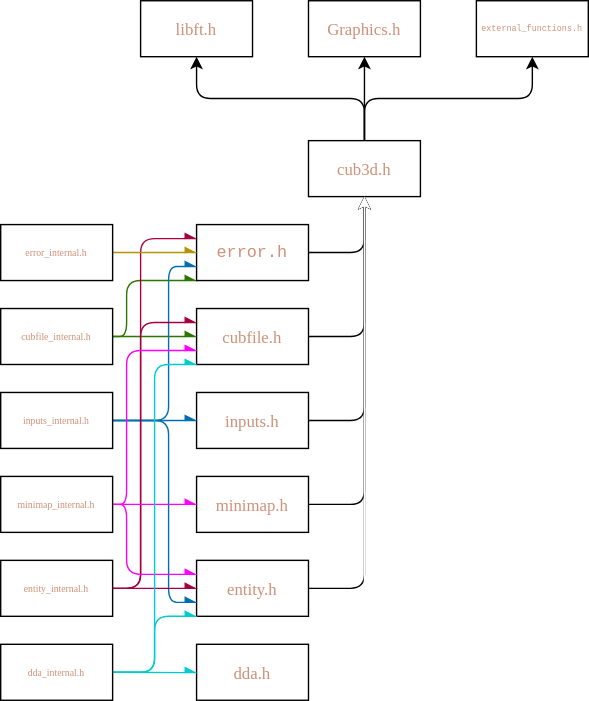
The draw.io diagram include_graph.drawio.svg in Thomas-Chqt/cub3d, before a commit. Source tidied: cells renumbered, new cells last; positions are measured from the earlier drawing's top-left corner, leaving out a move shared by most shapes.
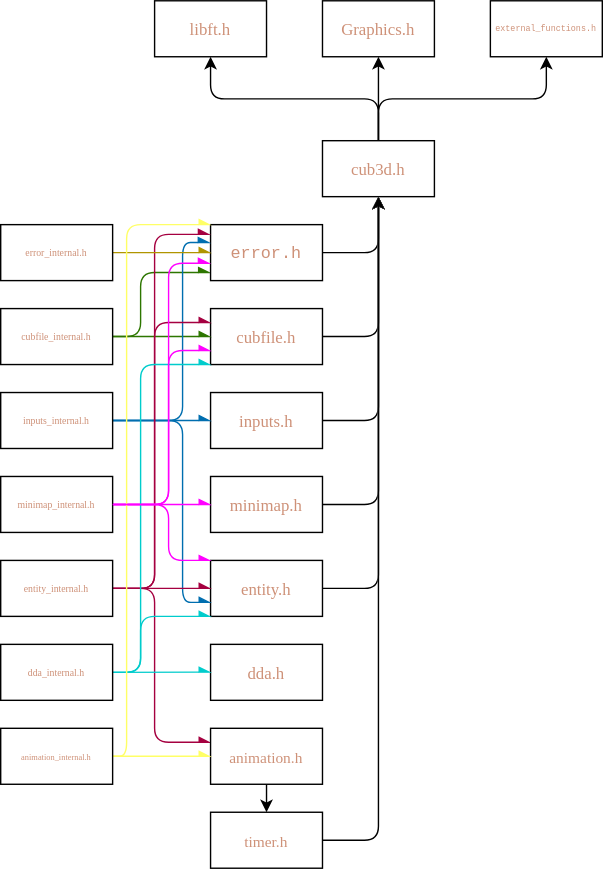
Later version of the same file.

The edit, as a diff of the source:
```diff
@@ -26,7 +26,7 @@
     <mxCell id="9" style="edgeStyle=elbowEdgeStyle;html=1;exitX=1;exitY=0.5;exitDx=0;exitDy=0;" parent="1" edge="1" source="10" target="5">
       <mxGeometry relative="1" as="geometry">
         <Array as="points">
-          <mxPoint x="260" y="250" />
+          <mxPoint x="260" y="190" />
         </Array>
       </mxGeometry>
     </mxCell>
@@ -36,7 +36,7 @@
     <mxCell id="11" style="html=1;exitX=1;exitY=0.5;exitDx=0;exitDy=0;entryX=0;entryY=0.5;entryDx=0;entryDy=0;edgeStyle=elbowEdgeStyle;fillColor=#60a917;strokeColor=#2D7600;endArrow=async;endFill=1;" parent="1" edge="1" source="13" target="10">
       <mxGeometry relative="1" as="geometry" />
     </mxCell>
-    <mxCell id="12" style="html=1;exitX=1;exitY=0.5;exitDx=0;exitDy=0;entryX=0;entryY=1;entryDx=0;entryDy=0;edgeStyle=elbowEdgeStyle;fillColor=#60a917;strokeColor=#2D7600;endArrow=async;endFill=1;" parent="1" edge="1" source="13" target="15">
+    <mxCell id="12" style="html=1;exitX=1;exitY=0.5;exitDx=0;exitDy=0;entryX=-0.005;entryY=0.854;entryDx=0;entryDy=0;edgeStyle=elbowEdgeStyle;fillColor=#60a917;strokeColor=#2D7600;endArrow=async;endFill=1;entryPerimeter=0;" parent="1" edge="1" source="13" target="15">
       <mxGeometry relative="1" as="geometry">
         <Array as="points">
           <mxPoint x="90" y="220" />
@@ -44,12 +44,12 @@
       </mxGeometry>
     </mxCell>
     <mxCell id="13" value="&lt;div style=&quot;font-weight: normal; font-size: 7px; line-height: 18px;&quot;&gt;&lt;div style=&quot;font-size: 7px;&quot;&gt;&lt;font face=&quot;Fira Code&quot; color=&quot;#ce9178&quot; style=&quot;font-size: 7px;&quot;&gt;cubfile_internal.h&lt;/font&gt;&lt;/div&gt;&lt;/div&gt;" style="whiteSpace=wrap;html=1;labelBackgroundColor=none;labelBorderColor=none;fontSize=7;" parent="1" vertex="1">
-      <mxGeometry y="220" width="80" height="40" as="geometry" />
+      <mxGeometry x="-10" y="220" width="80" height="40" as="geometry" />
     </mxCell>
     <mxCell id="14" style="edgeStyle=elbowEdgeStyle;html=1;exitX=1;exitY=0.5;exitDx=0;exitDy=0;" parent="1" edge="1" source="15" target="5">
       <mxGeometry relative="1" as="geometry">
         <Array as="points">
-          <mxPoint x="260" y="180" />
+          <mxPoint x="260" y="160" />
         </Array>
       </mxGeometry>
     </mxCell>
@@ -59,28 +59,27 @@
     <mxCell id="16" style="edgeStyle=elbowEdgeStyle;html=1;exitX=1;exitY=0.5;exitDx=0;exitDy=0;" parent="1" edge="1" source="17" target="5">
       <mxGeometry relative="1" as="geometry">
         <Array as="points">
-          <mxPoint x="260" y="300" />
-          <mxPoint x="260" y="280" />
+          <mxPoint x="260" y="210" />
         </Array>
       </mxGeometry>
     </mxCell>
     <mxCell id="17" value="&lt;div style=&quot;font-weight: normal; font-size: 12px; line-height: 18px;&quot;&gt;&lt;div style=&quot;&quot;&gt;&lt;font face=&quot;Fira Code&quot; color=&quot;#ce9178&quot;&gt;inputs.h&lt;/font&gt;&lt;/div&gt;&lt;/div&gt;" style="whiteSpace=wrap;html=1;labelBackgroundColor=none;labelBorderColor=none;" parent="1" vertex="1">
       <mxGeometry x="140" y="280" width="80" height="40" as="geometry" />
     </mxCell>
-    <mxCell id="18" style="edgeStyle=elbowEdgeStyle;elbow=vertical;html=1;exitX=1;exitY=0.5;exitDx=0;exitDy=0;entryX=0.5;entryY=1;entryDx=0;entryDy=0;" parent="1" edge="1" source="19" target="5">
+    <mxCell id="18" style="edgeStyle=elbowEdgeStyle;html=1;exitX=1;exitY=0.5;exitDx=0;exitDy=0;entryX=0.5;entryY=1;entryDx=0;entryDy=0;" parent="1" edge="1" source="19" target="5">
       <mxGeometry relative="1" as="geometry">
         <Array as="points">
-          <mxPoint x="240" y="360" />
+          <mxPoint x="260" y="260" />
         </Array>
       </mxGeometry>
     </mxCell>
     <mxCell id="19" value="&lt;div style=&quot;font-weight: normal; font-size: 12px; line-height: 18px;&quot;&gt;&lt;div style=&quot;&quot;&gt;&lt;font face=&quot;Fira Code&quot; color=&quot;#ce9178&quot;&gt;minimap.h&lt;/font&gt;&lt;/div&gt;&lt;/div&gt;" style="whiteSpace=wrap;html=1;labelBackgroundColor=none;labelBorderColor=none;" parent="1" vertex="1">
       <mxGeometry x="140" y="340" width="80" height="40" as="geometry" />
     </mxCell>
-    <mxCell id="20" style="edgeStyle=elbowEdgeStyle;elbow=vertical;html=1;exitX=1;exitY=0.5;exitDx=0;exitDy=0;entryX=0.5;entryY=1;entryDx=0;entryDy=0;" parent="1" edge="1" source="21" target="5">
+    <mxCell id="20" style="edgeStyle=elbowEdgeStyle;html=1;exitX=1;exitY=0.5;exitDx=0;exitDy=0;entryX=0.5;entryY=1;entryDx=0;entryDy=0;" parent="1" edge="1" source="21" target="5">
       <mxGeometry relative="1" as="geometry">
         <Array as="points">
-          <mxPoint x="240" y="420" />
+          <mxPoint x="260" y="280" />
         </Array>
       </mxGeometry>
     </mxCell>
@@ -90,7 +89,7 @@
     <mxCell id="22" style="html=1;exitX=1;exitY=0.5;exitDx=0;exitDy=0;entryX=0;entryY=0.5;entryDx=0;entryDy=0;edgeStyle=elbowEdgeStyle;fillColor=#1ba1e2;strokeColor=#006EAF;endArrow=async;endFill=1;" parent="1" edge="1" source="25" target="17">
       <mxGeometry relative="1" as="geometry" />
     </mxCell>
-    <mxCell id="23" style="html=1;exitX=1;exitY=0.5;exitDx=0;exitDy=0;entryX=0;entryY=0.75;entryDx=0;entryDy=0;edgeStyle=elbowEdgeStyle;fillColor=#1ba1e2;strokeColor=#006EAF;endArrow=async;endFill=1;" parent="1" edge="1" source="25" target="15">
+    <mxCell id="23" style="html=1;exitX=1;exitY=0.5;exitDx=0;exitDy=0;entryX=-0.008;entryY=0.318;entryDx=0;entryDy=0;edgeStyle=elbowEdgeStyle;fillColor=#1ba1e2;strokeColor=#006EAF;endArrow=async;endFill=1;entryPerimeter=0;" parent="1" edge="1" source="25" target="15">
       <mxGeometry relative="1" as="geometry">
         <Array as="points">
           <mxPoint x="120" y="250" />
@@ -106,9 +105,9 @@
       </mxGeometry>
     </mxCell>
     <mxCell id="25" value="&lt;div style=&quot;font-weight: normal; font-size: 7px; line-height: 18px;&quot;&gt;&lt;div style=&quot;font-size: 7px;&quot;&gt;&lt;font face=&quot;Fira Code&quot; color=&quot;#ce9178&quot; style=&quot;font-size: 7px;&quot;&gt;inputs_internal.h&lt;/font&gt;&lt;/div&gt;&lt;/div&gt;" style="whiteSpace=wrap;html=1;labelBackgroundColor=none;labelBorderColor=none;fontSize=7;" parent="1" vertex="1">
-      <mxGeometry y="280" width="80" height="40" as="geometry" />
+      <mxGeometry x="-10" y="280" width="80" height="40" as="geometry" />
     </mxCell>
-    <mxCell id="26" style="edgeStyle=elbowEdgeStyle;html=1;exitX=1;exitY=0.5;exitDx=0;exitDy=0;entryX=0;entryY=0.25;entryDx=0;entryDy=0;fillColor=#d80073;strokeColor=#A50040;endArrow=async;endFill=1;" parent="1" edge="1" source="29" target="15">
+    <mxCell id="26" style="edgeStyle=elbowEdgeStyle;html=1;exitX=1;exitY=0.5;exitDx=0;exitDy=0;entryX=-0.007;entryY=0.174;entryDx=0;entryDy=0;fillColor=#d80073;strokeColor=#A50040;endArrow=async;endFill=1;entryPerimeter=0;" parent="1" edge="1" source="29" target="15">
       <mxGeometry relative="1" as="geometry">
         <Array as="points">
           <mxPoint x="100" y="300" />
@@ -126,14 +125,22 @@
         </Array>
       </mxGeometry>
     </mxCell>
+    <mxCell id="42" style="edgeStyle=elbowEdgeStyle;html=1;exitX=1;exitY=0.5;exitDx=0;exitDy=0;entryX=0;entryY=0.25;entryDx=0;entryDy=0;fillColor=#d80073;strokeColor=#A50040;endArrow=async;endFill=1;" parent="1" edge="1" source="29" target="43">
+      <mxGeometry relative="1" as="geometry">
+        <Array as="points">
+          <mxPoint x="100" y="520" />
+          <mxPoint x="100" y="510" />
+        </Array>
+      </mxGeometry>
+    </mxCell>
     <mxCell id="29" value="&lt;div style=&quot;font-weight: normal; font-size: 7px; line-height: 18px;&quot;&gt;&lt;div style=&quot;font-size: 7px;&quot;&gt;&lt;font face=&quot;Fira Code&quot; color=&quot;#ce9178&quot; style=&quot;font-size: 7px;&quot;&gt;entity_internal.h&lt;/font&gt;&lt;/div&gt;&lt;/div&gt;" style="whiteSpace=wrap;html=1;labelBackgroundColor=none;labelBorderColor=none;fontSize=7;" parent="1" vertex="1">
-      <mxGeometry y="400" width="80" height="40" as="geometry" />
+      <mxGeometry x="-10" y="400" width="80" height="40" as="geometry" />
     </mxCell>
     <mxCell id="30" style="edgeStyle=elbowEdgeStyle;html=1;exitX=1;exitY=0.5;exitDx=0;exitDy=0;entryX=0;entryY=0.5;entryDx=0;entryDy=0;fillColor=#e3c800;strokeColor=#B09500;endArrow=async;endFill=1;" parent="1" edge="1" source="31" target="15">
       <mxGeometry relative="1" as="geometry" />
     </mxCell>
     <mxCell id="31" value="&lt;div style=&quot;font-weight: normal; font-size: 7px; line-height: 18px;&quot;&gt;&lt;div style=&quot;font-size: 7px;&quot;&gt;&lt;font face=&quot;Fira Code&quot; color=&quot;#ce9178&quot; style=&quot;font-size: 7px;&quot;&gt;error_internal.h&lt;/font&gt;&lt;/div&gt;&lt;/div&gt;" style="whiteSpace=wrap;html=1;labelBackgroundColor=none;labelBorderColor=none;fontSize=7;" parent="1" vertex="1">
-      <mxGeometry y="160" width="80" height="40" as="geometry" />
+      <mxGeometry x="-10" y="160" width="80" height="40" as="geometry" />
     </mxCell>
     <mxCell id="32" style="edgeStyle=elbowEdgeStyle;html=1;exitX=1;exitY=0.5;exitDx=0;exitDy=0;entryX=0;entryY=0.5;entryDx=0;entryDy=0;fillColor=#6a00ff;strokeColor=#FF00FF;endArrow=async;endFill=1;" parent="1" edge="1" source="35" target="19">
       <mxGeometry relative="1" as="geometry" />
@@ -141,24 +148,26 @@
     <mxCell id="33" style="edgeStyle=elbowEdgeStyle;html=1;exitX=1;exitY=0.5;exitDx=0;exitDy=0;entryX=0;entryY=0.75;entryDx=0;entryDy=0;fillColor=#6a00ff;strokeColor=#FF00FF;endArrow=async;endFill=1;" parent="1" edge="1" source="35" target="10">
       <mxGeometry relative="1" as="geometry">
         <Array as="points">
+          <mxPoint x="110" y="350" />
           <mxPoint x="90" y="320" />
         </Array>
       </mxGeometry>
     </mxCell>
-    <mxCell id="34" style="edgeStyle=elbowEdgeStyle;html=1;exitX=1;exitY=0.5;exitDx=0;exitDy=0;entryX=0;entryY=0.25;entryDx=0;entryDy=0;strokeColor=#FF00FF;endArrow=async;endFill=1;" parent="1" edge="1" source="35" target="21">
+    <mxCell id="34" style="edgeStyle=elbowEdgeStyle;html=1;exitX=1;exitY=0.5;exitDx=0;exitDy=0;entryX=0;entryY=0;entryDx=0;entryDy=0;strokeColor=#FF00FF;endArrow=async;endFill=1;" parent="1" edge="1" source="35" target="21">
       <mxGeometry relative="1" as="geometry">
         <Array as="points">
+          <mxPoint x="110" y="380" />
           <mxPoint x="90" y="390" />
         </Array>
       </mxGeometry>
     </mxCell>
     <mxCell id="35" value="&lt;div style=&quot;font-weight: normal; font-size: 7px; line-height: 18px;&quot;&gt;&lt;div style=&quot;font-size: 7px;&quot;&gt;&lt;font face=&quot;Fira Code&quot; color=&quot;#ce9178&quot; style=&quot;font-size: 7px;&quot;&gt;minimap_internal.h&lt;/font&gt;&lt;/div&gt;&lt;/div&gt;" style="whiteSpace=wrap;html=1;labelBackgroundColor=none;labelBorderColor=none;fontSize=7;" parent="1" vertex="1">
-      <mxGeometry y="340" width="80" height="40" as="geometry" />
+      <mxGeometry x="-10" y="340" width="80" height="40" as="geometry" />
     </mxCell>
-    <mxCell id="36" style="edgeStyle=elbowEdgeStyle;html=1;exitX=1;exitY=0.5;exitDx=0;exitDy=0;entryX=0.5;entryY=1;entryDx=0;entryDy=0;strokeColor=#FFFFFF;elbow=vertical;fillColor=#FFFFFF;" parent="1" edge="1" source="37" target="5">
+    <mxCell id="36" style="edgeStyle=elbowEdgeStyle;html=1;exitX=1;exitY=0.5;exitDx=0;exitDy=0;entryX=0.5;entryY=1;entryDx=0;entryDy=0;strokeColor=#FFFFFF;fillColor=#FFFFFF;" parent="1" edge="1" source="37" target="5">
       <mxGeometry relative="1" as="geometry">
         <Array as="points">
-          <mxPoint x="240" y="480" />
+          <mxPoint x="260" y="310" />
         </Array>
       </mxGeometry>
     </mxCell>
@@ -171,20 +180,64 @@
     <mxCell id="39" style="edgeStyle=elbowEdgeStyle;html=1;exitX=1;exitY=0.5;exitDx=0;exitDy=0;entryX=0;entryY=1;entryDx=0;entryDy=0;strokeColor=#00CCCC;fillColor=#f8cecc;gradientColor=#ea6b66;endArrow=async;endFill=1;" parent="1" edge="1" source="41" target="21">
       <mxGeometry relative="1" as="geometry">
         <Array as="points">
-          <mxPoint x="110" y="460" />
+          <mxPoint x="90" y="460" />
         </Array>
       </mxGeometry>
     </mxCell>
     <mxCell id="40" style="edgeStyle=elbowEdgeStyle;html=1;exitX=1;exitY=0.5;exitDx=0;exitDy=0;entryX=0;entryY=1;entryDx=0;entryDy=0;strokeColor=#00CCCC;fillColor=#f8cecc;gradientColor=#ea6b66;endArrow=async;endFill=1;" parent="1" edge="1" source="41" target="10">
       <mxGeometry relative="1" as="geometry">
         <Array as="points">
+          <mxPoint x="90" y="450" />
+          <mxPoint x="70" y="350" />
           <mxPoint x="110" y="370" />
           <mxPoint x="70" y="360" />
         </Array>
       </mxGeometry>
     </mxCell>
     <mxCell id="41" value="&lt;div style=&quot;font-weight: normal; font-size: 7px; line-height: 18px;&quot;&gt;&lt;div style=&quot;font-size: 7px;&quot;&gt;&lt;font face=&quot;Fira Code&quot; color=&quot;#ce9178&quot; style=&quot;font-size: 7px;&quot;&gt;dda_internal.h&lt;/font&gt;&lt;/div&gt;&lt;/div&gt;" style="whiteSpace=wrap;html=1;labelBackgroundColor=none;labelBorderColor=none;fontSize=7;" parent="1" vertex="1">
-      <mxGeometry y="460" width="80" height="40" as="geometry" />
+      <mxGeometry x="-10" y="460" width="80" height="40" as="geometry" />
     </mxCell>
+    <mxCell id="43" value="&lt;div style=&quot;font-weight: normal; font-size: 11px; line-height: 18px;&quot;&gt;&lt;div style=&quot;font-size: 11px;&quot;&gt;&lt;font face=&quot;Fira Code&quot; color=&quot;#ce9178&quot; style=&quot;font-size: 11px;&quot;&gt;animation.h&lt;/font&gt;&lt;/div&gt;&lt;/div&gt;" style="whiteSpace=wrap;html=1;labelBackgroundColor=none;labelBorderColor=none;fontSize=11;" parent="1" vertex="1">
+      <mxGeometry x="140" y="520" width="80" height="40" as="geometry" />
+    </mxCell>
+    <mxCell id="44" style="edgeStyle=elbowEdgeStyle;elbow=vertical;html=1;exitX=1;exitY=0.5;exitDx=0;exitDy=0;entryX=0.5;entryY=1;entryDx=0;entryDy=0;" parent="1" edge="1" source="45" target="5">
+      <mxGeometry relative="1" as="geometry">
+        <Array as="points">
+          <mxPoint x="240" y="600" />
+          <mxPoint x="240" y="590" />
+        </Array>
+      </mxGeometry>
+    </mxCell>
+    <mxCell id="45" value="&lt;div style=&quot;font-weight: normal; font-size: 11px; line-height: 18px;&quot;&gt;&lt;div style=&quot;font-size: 11px;&quot;&gt;&lt;font face=&quot;Fira Code&quot; color=&quot;#ce9178&quot; style=&quot;font-size: 11px;&quot;&gt;timer.h&lt;/font&gt;&lt;/div&gt;&lt;/div&gt;" style="whiteSpace=wrap;html=1;labelBackgroundColor=none;labelBorderColor=none;fontSize=11;" parent="1" vertex="1">
+      <mxGeometry x="140" y="580" width="80" height="40" as="geometry" />
+    </mxCell>
+    <mxCell id="46" style="edgeStyle=elbowEdgeStyle;html=1;exitX=1;exitY=0.5;exitDx=0;exitDy=0;entryX=0;entryY=0.5;entryDx=0;entryDy=0;fillColor=#d80073;strokeColor=#FFFF66;endArrow=async;endFill=1;" parent="1" edge="1" source="48" target="43">
+      <mxGeometry relative="1" as="geometry" />
+    </mxCell>
+    <mxCell id="47" style="edgeStyle=elbowEdgeStyle;html=1;exitX=1;exitY=0.5;exitDx=0;exitDy=0;entryX=0;entryY=0;entryDx=0;entryDy=0;fillColor=#d80073;strokeColor=#FFFF66;endArrow=async;endFill=1;" parent="1" edge="1" source="48" target="15">
+      <mxGeometry relative="1" as="geometry">
+        <Array as="points">
+          <mxPoint x="80" y="460" />
+          <mxPoint x="90" y="510" />
+        </Array>
+      </mxGeometry>
+    </mxCell>
+    <mxCell id="48" value="&lt;div style=&quot;font-weight: normal; font-size: 6px; line-height: 18px;&quot;&gt;&lt;div style=&quot;font-size: 6px;&quot;&gt;&lt;font face=&quot;Fira Code&quot; color=&quot;#ce9178&quot; style=&quot;font-size: 6px;&quot;&gt;animation_internal.h&lt;/font&gt;&lt;/div&gt;&lt;/div&gt;" style="whiteSpace=wrap;html=1;labelBackgroundColor=none;labelBorderColor=none;fontSize=6;" parent="1" vertex="1">
+      <mxGeometry x="-10" y="520" width="80" height="40" as="geometry" />
+    </mxCell>
+    <mxCell id="49" style="edgeStyle=elbowEdgeStyle;elbow=vertical;html=1;" parent="1" edge="1" source="43" target="45">
+      <mxGeometry relative="1" as="geometry">
+        <Array as="points">
+          <mxPoint x="180" y="570" />
+        </Array>
+      </mxGeometry>
+    </mxCell>
+    <mxCell id="50" style="edgeStyle=elbowEdgeStyle;html=1;exitX=1;exitY=0.5;exitDx=0;exitDy=0;fillColor=#6a00ff;strokeColor=#FF00FF;endArrow=async;endFill=1;entryX=-0.007;entryY=0.689;entryDx=0;entryDy=0;entryPerimeter=0;" parent="1" edge="1" source="35" target="15">
+      <mxGeometry relative="1" as="geometry">
+        <Array as="points">
+          <mxPoint x="110" y="310" />
+        </Array>
+      </mxGeometry>
+    </mxCell>
   </root>
 </mxGraphModel>
```
